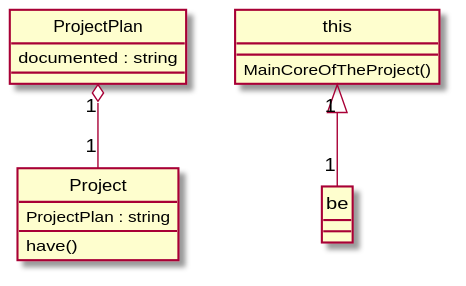
This is Diagrams/2019-USC-Project04.svg from xixixhalu/DomainModelExtractor, a PlantUML export, as it was before one commit.
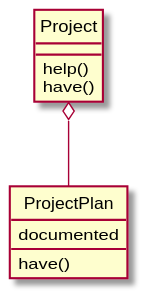
After the commit.

What changed in the source:
```diff
@@ -1,15 +1,12 @@
 @startuml
 hide circle
 class ProjectPlan {
-	documented : string
+	documented
+	have()
 }
 class Project {
-	ProjectPlan : string
+	help()
 	have()
 }
-class this {
-	MainCoreOfTheProject()
-}
-ProjectPlan "1" o-- "1" Project
-this "1" <|-- "1" be
+Project o-- ProjectPlan
 @enduml
```
